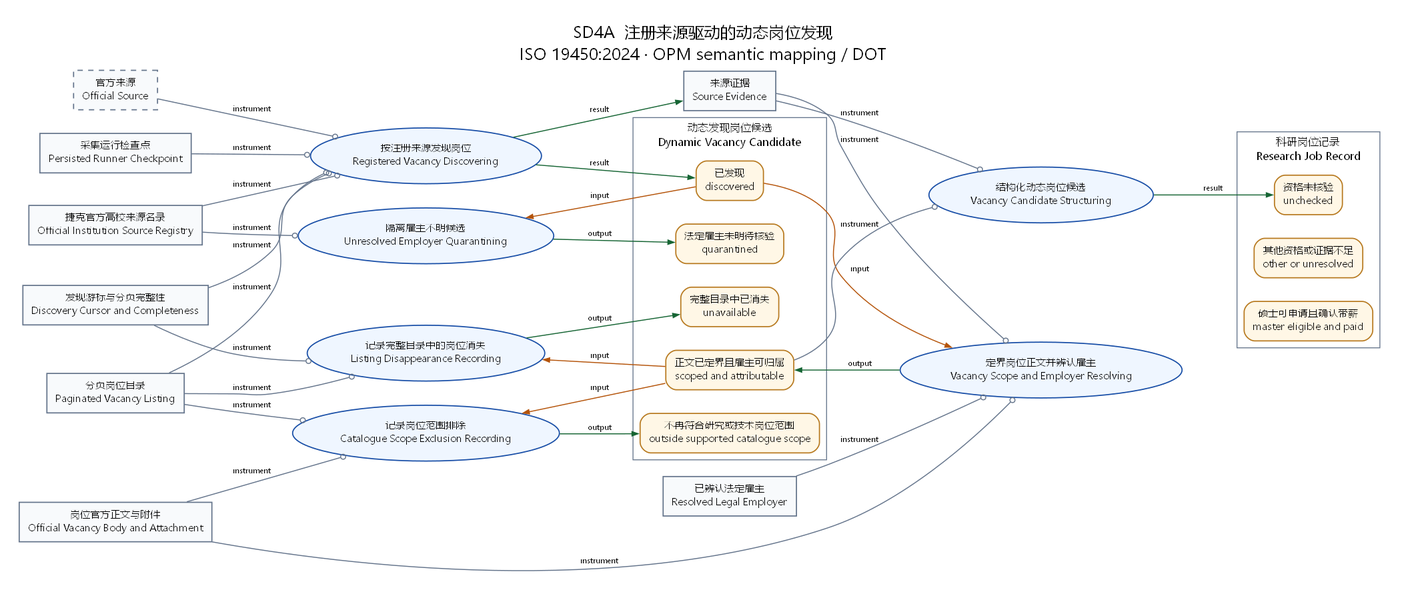
witold-andelie/Czech-Uni-Application keeps this Graphviz diagram as opm/SD4A.png. Above is the earlier version. Its source is kept beside it as opm/SD4A.dot.
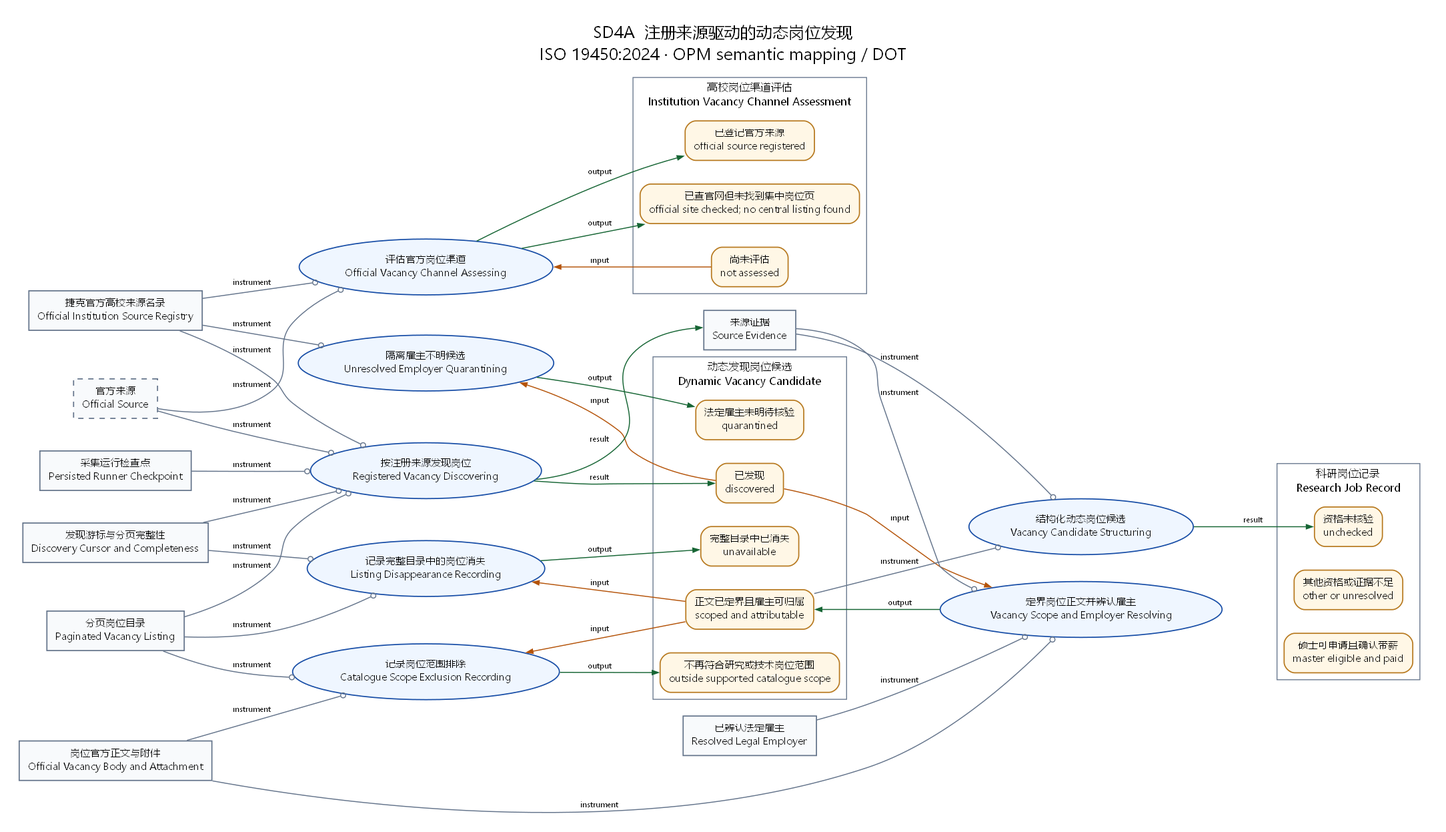
Above is the later version.

The edit, as a diff of the source:
```diff
@@ -7,6 +7,12 @@
     eligiblejob [label="硕士可申请且确认带薪\nmaster eligible and paid", shape="box", style="rounded,filled", fillcolor="#FFF7E6", color="#B7791F", opm_kind="state", opm_owner="jobs"];
     otherjob [label="其他资格或证据不足\nother or unresolved", shape="box", style="rounded,filled", fillcolor="#FFF7E6", color="#B7791F", opm_kind="state", opm_owner="jobs"];
     uncheckedjob [label="资格未核验\nunchecked", shape="box", style="rounded,filled", fillcolor="#FFF7E6", color="#B7791F", opm_kind="state", opm_owner="jobs"];
+  }
+  subgraph cluster_sourceassessment {
+    graph [label="高校岗位渠道评估\nInstitution Vacancy Channel Assessment", color="#64748B", style="solid", fontsize="12", opm_kind="object", opm_id="sourceassessment"];
+    sourcecheckpending [label="尚未评估\nnot assessed", shape="box", style="rounded,filled", fillcolor="#FFF7E6", color="#B7791F", opm_kind="state", opm_owner="sourceassessment"];
+    sourceconnected [label="已登记官方来源\nofficial source registered", shape="box", style="rounded,filled", fillcolor="#FFF7E6", color="#B7791F", opm_kind="state", opm_owner="sourceassessment"];
+    sourcenocentral [label="已查官网但未找到集中岗位页\nofficial site checked; no central listing found", shape="box", style="rounded,filled", fillcolor="#FFF7E6", color="#B7791F", opm_kind="state", opm_owner="sourceassessment"];
   }
   subgraph cluster_vacancycandidate {
     graph [label="动态发现岗位候选\nDynamic Vacancy Candidate", color="#64748B", style="solid", fontsize="12", opm_kind="object", opm_id="vacancycandidate"];
@@ -23,6 +29,7 @@
   registry [label="捷克官方高校来源名录\nOfficial Institution Source Registry", shape="box", style="filled", fillcolor="#F8FAFC", color="#64748B", opm_kind="object"];
   runnercheckpoint [label="采集运行检查点\nPersisted Runner Checkpoint", shape="box", style="filled", fillcolor="#F8FAFC", color="#64748B", opm_kind="object"];
   source [label="官方来源\nOfficial Source", shape="box", style="dashed,filled", fillcolor="#F8FAFC", color="#64748B", opm_kind="object"];
+  sourceassess [label="评估官方岗位渠道\nOfficial Vacancy Channel Assessing", shape="ellipse", style="filled", fillcolor="#EFF6FF", color="#174DA6", opm_kind="process"];
   vacancydetail [label="岗位官方正文与附件\nOfficial Vacancy Body and Attachment", shape="box", style="filled", fillcolor="#F8FAFC", color="#64748B", opm_kind="object"];
   vacancydisappear [label="记录完整目录中的岗位消失\nListing Disappearance Recording", shape="ellipse", style="filled", fillcolor="#EFF6FF", color="#174DA6", opm_kind="process"];
   vacancydiscover [label="按注册来源发现岗位\nRegistered Vacancy Discovering", shape="ellipse", style="filled", fillcolor="#EFF6FF", color="#174DA6", opm_kind="process"];
@@ -56,4 +63,9 @@
   vacancyready -> vacancynormalize [arrowhead="odot", color="#64748B", label="instrument", opm_relation="instrument"];
   evidence -> vacancynormalize [arrowhead="odot", color="#64748B", label="instrument", opm_relation="instrument"];
   vacancynormalize -> uncheckedjob [arrowhead="normal", color="#166534", label="result", opm_relation="result"];
+  source -> sourceassess [arrowhead="odot", color="#64748B", label="instrument", opm_relation="instrument"];
+  registry -> sourceassess [arrowhead="odot", color="#64748B", label="instrument", opm_relation="instrument"];
+  sourcecheckpending -> sourceassess [arrowhead="normal", color="#B45309", label="input", opm_relation="input"];
+  sourceassess -> sourceconnected [arrowhead="normal", color="#166534", label="output", opm_relation="output"];
+  sourceassess -> sourcenocentral [arrowhead="normal", color="#166534", label="output", opm_relation="output"];
 }
```
